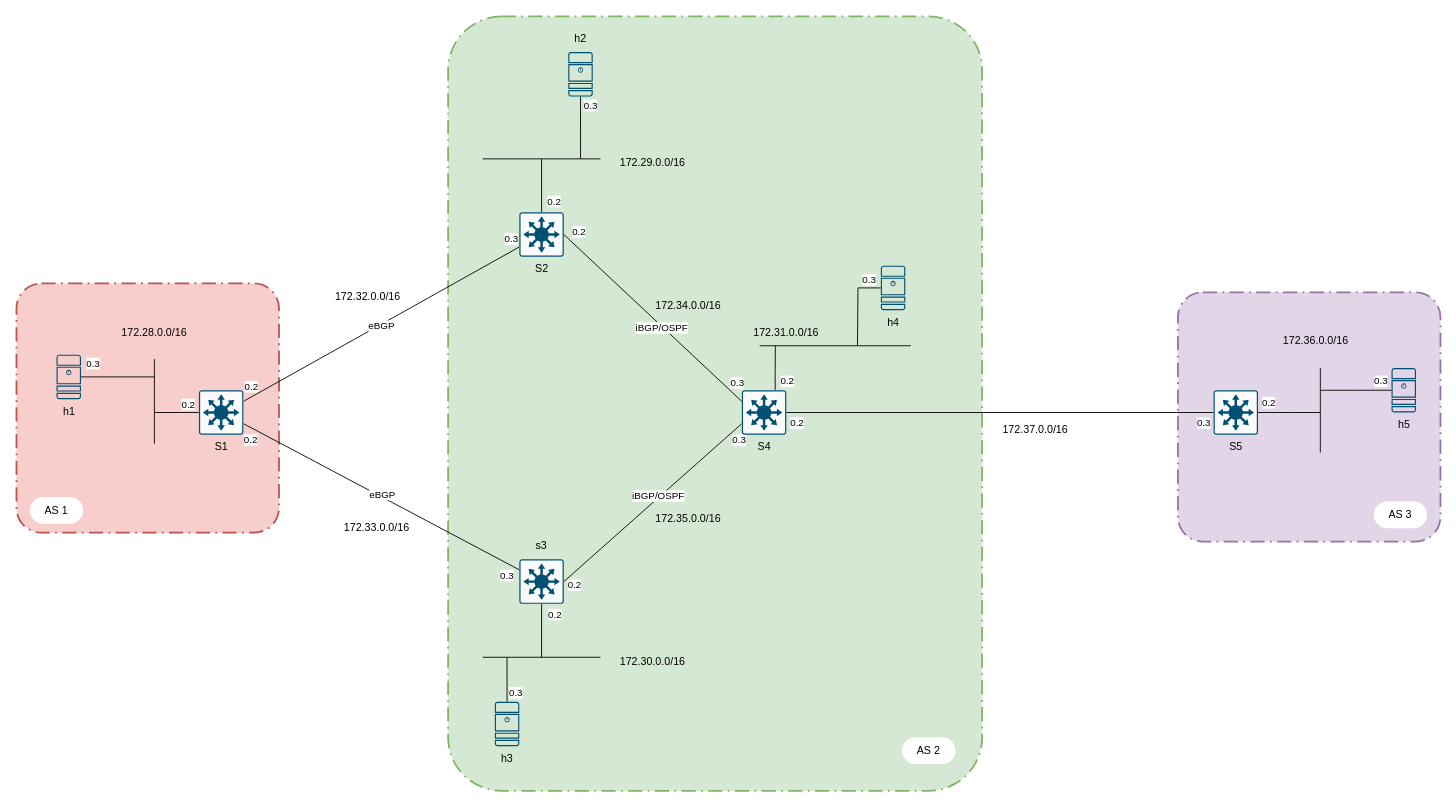
The draw.io diagram bgp_3as/documents/three_as.drawio in TOMOFUMI-KONDO/frr-demo, before the edit. Source tidied: cells renumbered, new cells numbered last; positions are measured from the earlier drawing's top-left corner, leaving out a move shared by most shapes. Both pictures are drawn from the tidied source at 89%, with x=0, y=0 at pixel (16, 16).
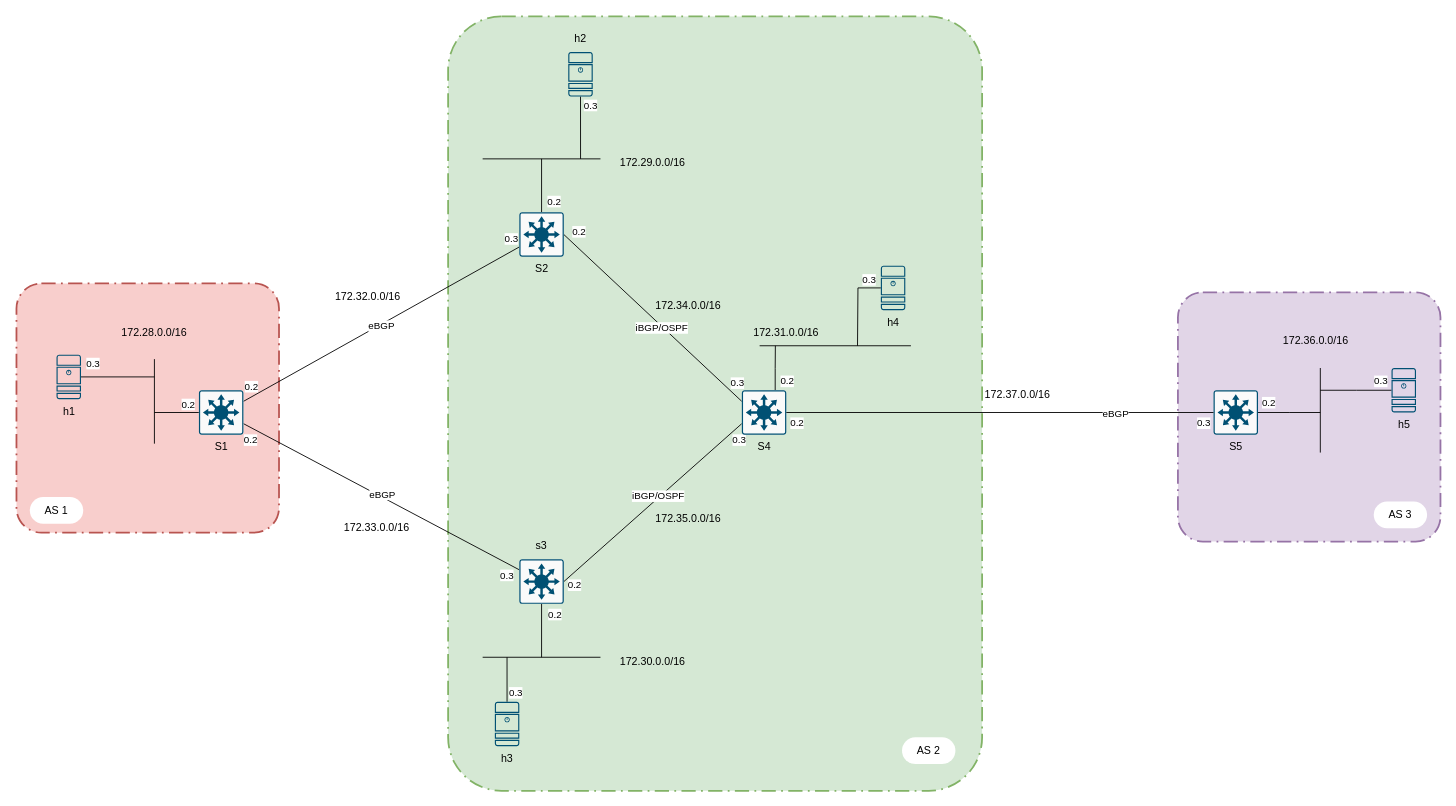
The same diagram, later.

Commit message (it also covers changes not shown here):
fix: add eBGP protocol label

Unchanged cells that the change refers to:
```xml
<mxCell id="70" style="edgeStyle=orthogonalEdgeStyle;rounded=0;jettySize=auto;html=1;exitX=1;exitY=0.5;exitDx=0;exitDy=0;exitPerimeter=0;entryX=0;entryY=0.5;entryDx=0;entryDy=0;entryPerimeter=0;endArrow=none;endFill=0;" parent="1" edge="1" source="28" target="62">
  <mxGeometry relative="1" as="geometry" />
</mxCell>
```

Diff of the diagram source:
```diff
@@
     <mxCell id="69" value="172.37.0.0/16" style="text;html=1;strokeColor=none;fillColor=none;align=center;verticalAlign=middle;whiteSpace=wrap;rounded=0;" parent="1" vertex="1">
-      <mxGeometry x="1115" y="450" width="60" height="30" as="geometry" />
+      <mxGeometry x="1095" y="410" width="60" height="30" as="geometry" />
     </mxCell>
@@
+    <mxCell id="73" value="eBGP" style="edgeLabel;html=1;align=center;verticalAlign=middle;" parent="70" vertex="1">
+      <mxGeometry x="-0.35" y="-1" relative="1" as="geometry">
+        <mxPoint x="213" as="offset" />
+      </mxGeometry>
+    </mxCell>
```
